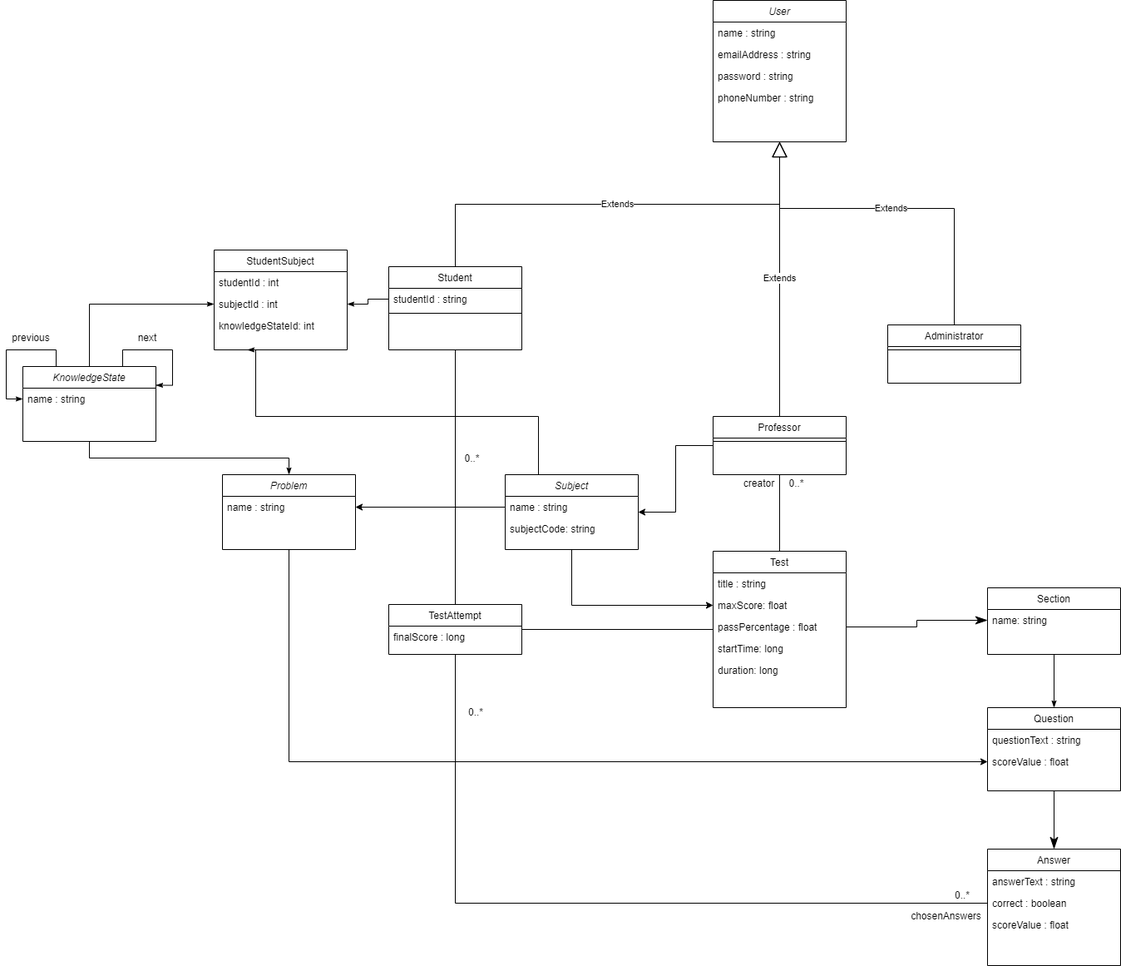
This is SOTIS Stanje znanja.png from dusan-madzarevic/sotis, a draw.io export, as it was before one commit. Source tidied: cells renumbered, new cells last; positions are measured from the earlier drawing's top-left corner, leaving out a move shared by most shapes.
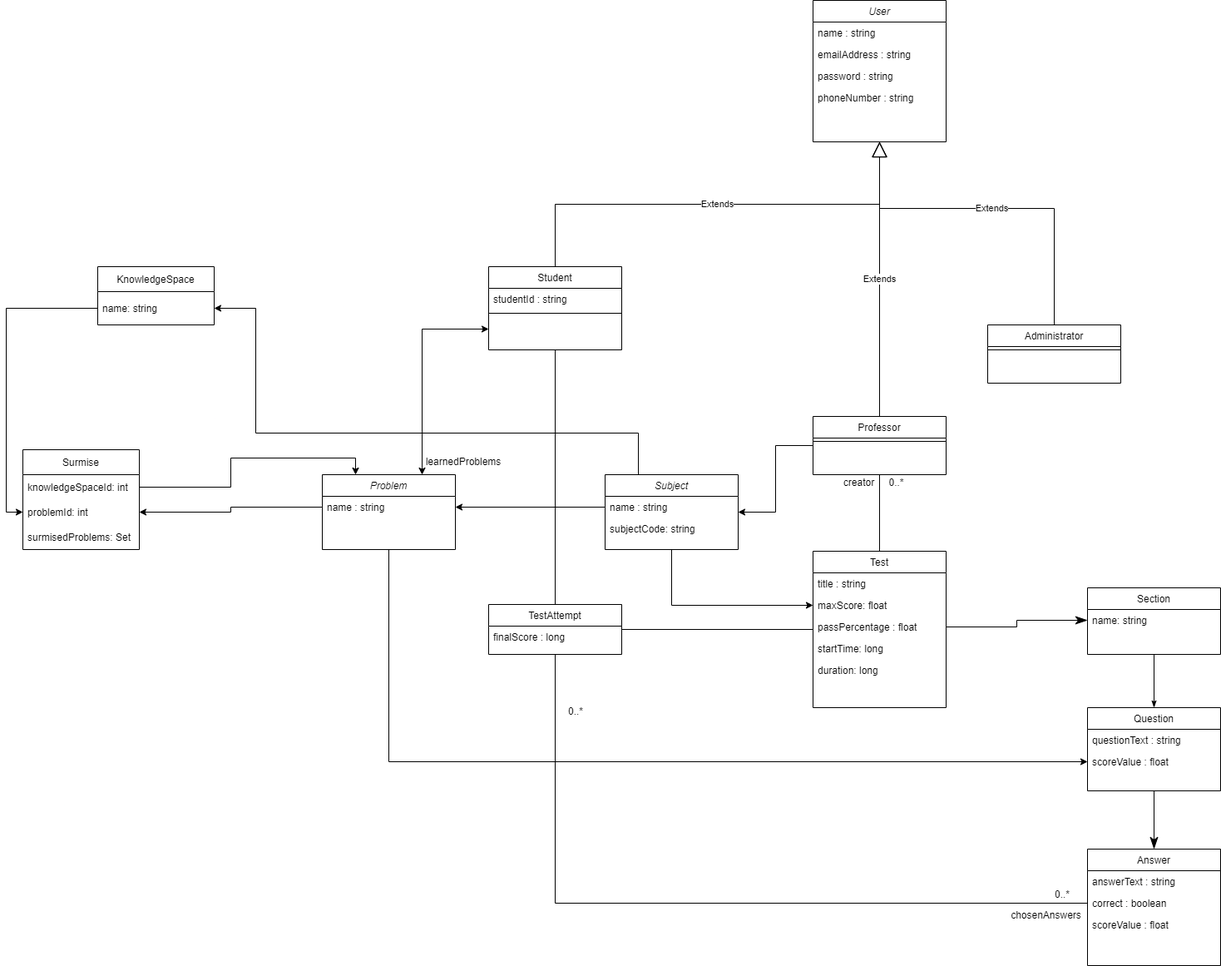
The same file after the commit.

The edit, as a diff of the source:
```diff
@@ -135,17 +135,6 @@
     <mxCell id="43" value="chosenAnswers" style="text;html=1;align=center;verticalAlign=middle;strokeColor=none;fillColor=none;" parent="1" vertex="1">
       <mxGeometry x="1080" y="1090" width="100" height="20" as="geometry" />
     </mxCell>
-    <mxCell id="44" value="0..*" style="text;html=1;align=center;verticalAlign=middle;strokeColor=none;fillColor=none;rotation=0;" parent="1" vertex="1">
-      <mxGeometry x="545" y="540" width="30" height="20" as="geometry" />
-    </mxCell>
-    <mxCell id="45" style="edgeStyle=orthogonalEdgeStyle;rounded=0;jettySize=auto;html=1;exitX=0.25;exitY=0;exitDx=0;exitDy=0;entryX=0.25;entryY=1;entryDx=0;entryDy=0;startArrow=none;startFill=0;endArrow=classicThin;endFill=1;" parent="1" edge="1" source="46" target="64">
-      <mxGeometry relative="1" as="geometry">
-        <Array as="points">
-          <mxPoint x="640" y="500" />
-          <mxPoint x="300" y="500" />
-        </Array>
-      </mxGeometry>
-    </mxCell>
     <mxCell id="46" value="Subject" style="swimlane;fontStyle=2;align=center;verticalAlign=top;horizontal=1;startSize=26;rounded=0;shadow=0;strokeWidth=1;" parent="1" vertex="1">
       <mxGeometry x="600" y="570" width="160" height="90" as="geometry" />
     </mxCell>
@@ -158,6 +147,9 @@
     <mxCell id="49" style="edgeStyle=orthogonalEdgeStyle;rounded=0;jettySize=auto;html=1;exitX=0.5;exitY=1;exitDx=0;exitDy=0;entryX=0;entryY=0.5;entryDx=0;entryDy=0;startArrow=none;startFill=0;" parent="1" edge="1" source="50" target="20">
       <mxGeometry relative="1" as="geometry" />
     </mxCell>
+    <mxCell id="70" style="edgeStyle=orthogonalEdgeStyle;rounded=0;jettySize=auto;html=1;exitX=0.75;exitY=0;exitDx=0;exitDy=0;entryX=0;entryY=0.75;entryDx=0;entryDy=0;startArrow=classic;startFill=1;endArrow=classic;endFill=1;" parent="1" edge="1" source="50" target="8">
+      <mxGeometry relative="1" as="geometry" />
+    </mxCell>
     <mxCell id="50" value="Problem" style="swimlane;fontStyle=2;align=center;verticalAlign=top;horizontal=1;startSize=26;rounded=0;shadow=0;strokeWidth=1;" parent="1" vertex="1">
       <mxGeometry x="260" y="570" width="160" height="90" as="geometry" />
     </mxCell>
@@ -179,44 +171,44 @@
     <mxCell id="56" value="name: string" style="text;align=left;verticalAlign=top;spacingLeft=4;spacingRight=4;overflow=hidden;points=[[0,0.5],[1,0.5]];portConstraint=eastwest;" parent="55" vertex="1">
       <mxGeometry y="26" width="160" height="26" as="geometry" />
     </mxCell>
-    <mxCell id="57" style="edgeStyle=orthogonalEdgeStyle;rounded=0;jettySize=auto;html=1;exitX=0.5;exitY=1;exitDx=0;exitDy=0;entryX=0.5;entryY=0;entryDx=0;entryDy=0;startArrow=none;startFill=0;endArrow=classicThin;endFill=1;" parent="1" edge="1" source="58" target="50">
-      <mxGeometry relative="1" as="geometry" />
-    </mxCell>
-    <mxCell id="58" value="KnowledgeState" style="swimlane;fontStyle=2;align=center;verticalAlign=top;horizontal=1;startSize=26;rounded=0;shadow=0;strokeWidth=1;" parent="1" vertex="1">
-      <mxGeometry x="20" y="440" width="160" height="90" as="geometry" />
-    </mxCell>
-    <mxCell id="59" value="name : string" style="text;align=left;verticalAlign=top;spacingLeft=4;spacingRight=4;overflow=hidden;points=[[0,0.5],[1,0.5]];portConstraint=eastwest;" parent="58" vertex="1">
-      <mxGeometry y="26" width="160" height="26" as="geometry" />
-    </mxCell>
-    <mxCell id="60" style="edgeStyle=orthogonalEdgeStyle;rounded=0;jettySize=auto;html=1;exitX=0.25;exitY=0;exitDx=0;exitDy=0;entryX=0;entryY=0.5;entryDx=0;entryDy=0;startArrow=none;startFill=0;endArrow=classicThin;endFill=1;" parent="58" edge="1" source="58" target="59">
-      <mxGeometry relative="1" as="geometry" />
-    </mxCell>
-    <mxCell id="61" value="previous" style="text;html=1;strokeColor=none;fillColor=none;align=center;verticalAlign=middle;whiteSpace=wrap;rounded=0;" parent="1" vertex="1">
-      <mxGeometry y="390" width="60" height="30" as="geometry" />
-    </mxCell>
-    <mxCell id="62" style="edgeStyle=orthogonalEdgeStyle;rounded=0;orthogonalLoop=1;jettySize=auto;html=1;exitX=0.75;exitY=0;exitDx=0;exitDy=0;entryX=1;entryY=0.25;entryDx=0;entryDy=0;startArrow=none;startFill=0;endArrow=classicThin;endFill=1;" parent="1" edge="1" source="58" target="58">
-      <mxGeometry relative="1" as="geometry" />
-    </mxCell>
-    <mxCell id="63" value="next" style="text;html=1;strokeColor=none;fillColor=none;align=center;verticalAlign=middle;whiteSpace=wrap;rounded=0;" parent="1" vertex="1">
-      <mxGeometry x="140" y="390" width="60" height="30" as="geometry" />
-    </mxCell>
-    <mxCell id="64" value="StudentSubject" style="swimlane;fontStyle=0;align=center;verticalAlign=top;horizontal=1;startSize=26;rounded=0;shadow=0;strokeWidth=1;" parent="1" vertex="1">
-      <mxGeometry x="250" y="300" width="160" height="120" as="geometry" />
-    </mxCell>
-    <mxCell id="65" value="studentId : int" style="text;align=left;verticalAlign=top;spacingLeft=4;spacingRight=4;overflow=hidden;" parent="64" vertex="1">
-      <mxGeometry y="26" width="160" height="26" as="geometry" />
-    </mxCell>
-    <mxCell id="66" value="subjectId : int" style="text;align=left;verticalAlign=top;spacingLeft=4;spacingRight=4;overflow=hidden;points=[[0,0.5],[1,0.5]];portConstraint=eastwest;" parent="64" vertex="1">
-      <mxGeometry y="52" width="160" height="26" as="geometry" />
-    </mxCell>
-    <mxCell id="67" value="knowledgeStateId: int" style="text;align=left;verticalAlign=top;spacingLeft=4;spacingRight=4;overflow=hidden;" parent="64" vertex="1">
-      <mxGeometry y="78" width="160" height="26" as="geometry" />
-    </mxCell>
-    <mxCell id="68" style="edgeStyle=orthogonalEdgeStyle;rounded=0;jettySize=auto;html=1;exitX=0;exitY=0.5;exitDx=0;exitDy=0;entryX=1;entryY=0.5;entryDx=0;entryDy=0;startArrow=none;startFill=0;endArrow=classicThin;endFill=1;" parent="1" edge="1" source="9" target="66">
-      <mxGeometry relative="1" as="geometry" />
-    </mxCell>
-    <mxCell id="69" style="edgeStyle=orthogonalEdgeStyle;rounded=0;jettySize=auto;html=1;exitX=0;exitY=0.5;exitDx=0;exitDy=0;entryX=0.5;entryY=0;entryDx=0;entryDy=0;startArrow=classicThin;startFill=1;endArrow=none;endFill=0;" parent="1" edge="1" source="66" target="58">
-      <mxGeometry relative="1" as="geometry" />
-    </mxCell>
+    <mxCell id="71" value="KnowledgeSpace" style="swimlane;fontStyle=0;horizontal=1;startSize=30;" parent="1" vertex="1">
+      <mxGeometry x="-10" y="320" width="140" height="70" as="geometry" />
+    </mxCell>
+    <mxCell id="72" value="name: string" style="text;strokeColor=none;fillColor=none;align=left;verticalAlign=middle;spacingLeft=4;spacingRight=4;overflow=hidden;points=[[0,0.5],[1,0.5]];portConstraint=eastwest;" parent="71" vertex="1">
+      <mxGeometry y="30" width="140" height="40" as="geometry" />
+    </mxCell>
+    <mxCell id="73" value="Surmise" style="swimlane;fontStyle=0;horizontal=1;startSize=30;" parent="1" vertex="1">
+      <mxGeometry x="-100" y="540" width="140" height="120" as="geometry" />
+    </mxCell>
+    <mxCell id="74" value="knowledgeSpaceId: int" style="text;strokeColor=none;fillColor=none;align=left;verticalAlign=middle;spacingLeft=4;spacingRight=4;overflow=hidden;points=[[0,0.5],[1,0.5]];portConstraint=eastwest;" parent="73" vertex="1">
+      <mxGeometry y="30" width="140" height="30" as="geometry" />
+    </mxCell>
+    <mxCell id="75" value="problemId: int" style="text;strokeColor=none;fillColor=none;align=left;verticalAlign=middle;spacingLeft=4;spacingRight=4;overflow=hidden;points=[[0,0.5],[1,0.5]];portConstraint=eastwest;" parent="73" vertex="1">
+      <mxGeometry y="60" width="140" height="30" as="geometry" />
+    </mxCell>
+    <mxCell id="76" value="surmisedProblems: Set" style="text;strokeColor=none;fillColor=none;align=left;verticalAlign=middle;spacingLeft=4;spacingRight=4;overflow=hidden;" parent="73" vertex="1">
+      <mxGeometry y="90" width="140" height="30" as="geometry" />
+    </mxCell>
+    <mxCell id="77" style="edgeStyle=orthogonalEdgeStyle;rounded=0;jettySize=auto;html=1;entryX=0;entryY=0.5;entryDx=0;entryDy=0;exitX=0;exitY=0.5;exitDx=0;exitDy=0;" parent="1" edge="1" source="72" target="75">
+      <mxGeometry relative="1" as="geometry" />
+    </mxCell>
+    <mxCell id="78" style="edgeStyle=orthogonalEdgeStyle;rounded=0;jettySize=auto;html=1;exitX=0;exitY=0.5;exitDx=0;exitDy=0;entryX=1;entryY=0.5;entryDx=0;entryDy=0;" parent="1" edge="1" source="51" target="75">
+      <mxGeometry relative="1" as="geometry" />
+    </mxCell>
+    <mxCell id="79" style="edgeStyle=orthogonalEdgeStyle;rounded=0;jettySize=auto;html=1;exitX=1;exitY=0.5;exitDx=0;exitDy=0;entryX=0.25;entryY=0;entryDx=0;entryDy=0;" parent="1" edge="1" source="74" target="50">
+      <mxGeometry relative="1" as="geometry" />
+    </mxCell>
+    <mxCell id="80" style="edgeStyle=orthogonalEdgeStyle;rounded=0;jettySize=auto;html=1;exitX=1;exitY=0.5;exitDx=0;exitDy=0;entryX=0.25;entryY=0;entryDx=0;entryDy=0;startArrow=classic;startFill=1;endArrow=none;endFill=0;" parent="1" edge="1" source="72" target="46">
+      <mxGeometry relative="1" as="geometry">
+        <Array as="points">
+          <mxPoint x="180" y="370" />
+          <mxPoint x="180" y="520" />
+          <mxPoint x="640" y="520" />
+        </Array>
+      </mxGeometry>
+    </mxCell>
+    <mxCell id="81" value="learnedProblems" style="text;html=1;strokeColor=none;fillColor=none;align=center;verticalAlign=middle;whiteSpace=wrap;rounded=0;" parent="1" vertex="1">
+      <mxGeometry x="400" y="540" width="60" height="30" as="geometry" />
+    </mxCell>
   </root>
 </mxGraphModel>
```
